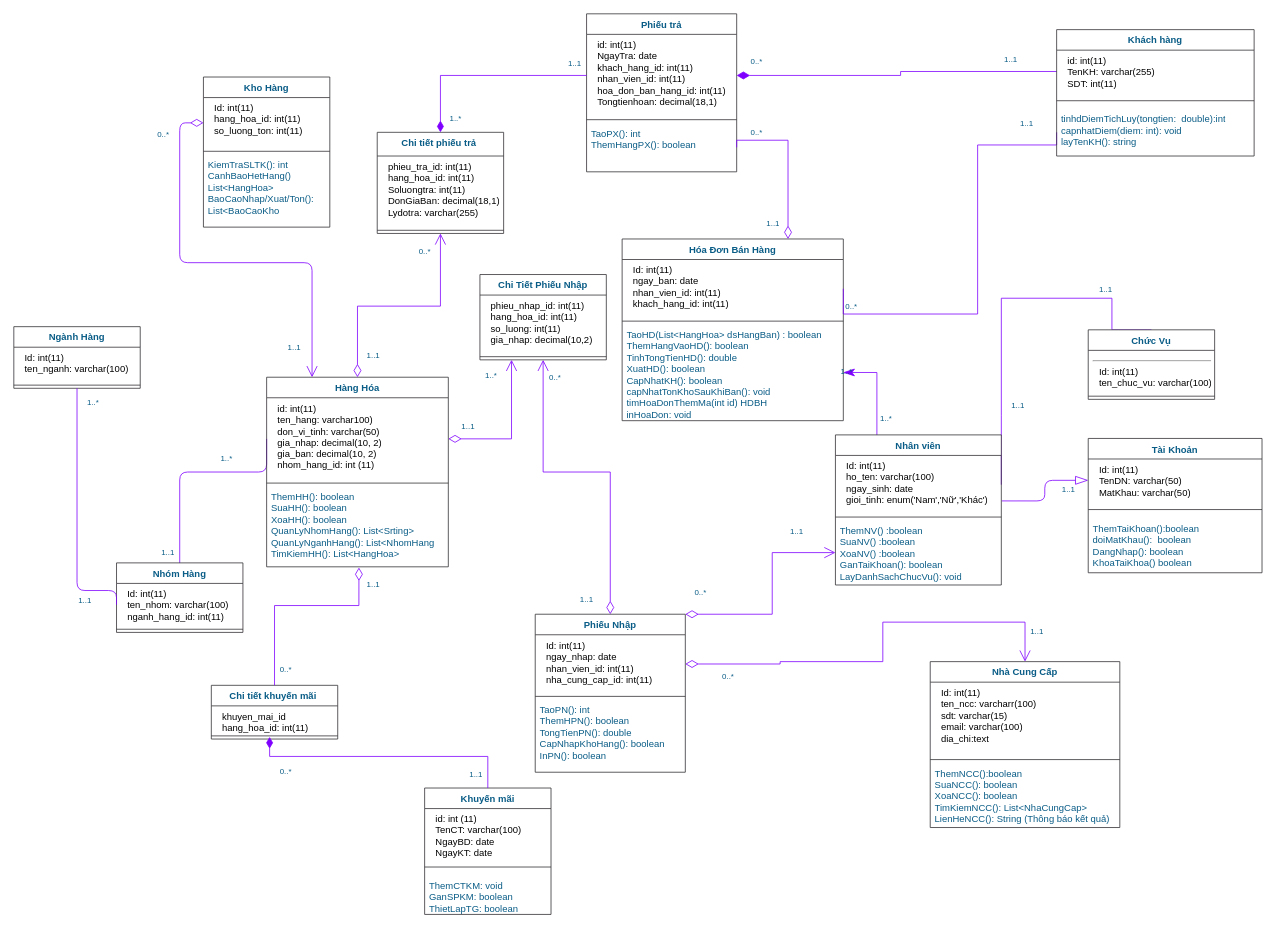
Earlier version of the draw.io diagram classdiagram.drawio (RomJoke/K). Source tidied: cells renumbered, new cells numbered last; positions are measured from the earlier drawing's top-left corner, leaving out a move shared by most shapes. Both pictures are drawn from the tidied source at 79%, with x=0, y=0 at pixel (13, 13).
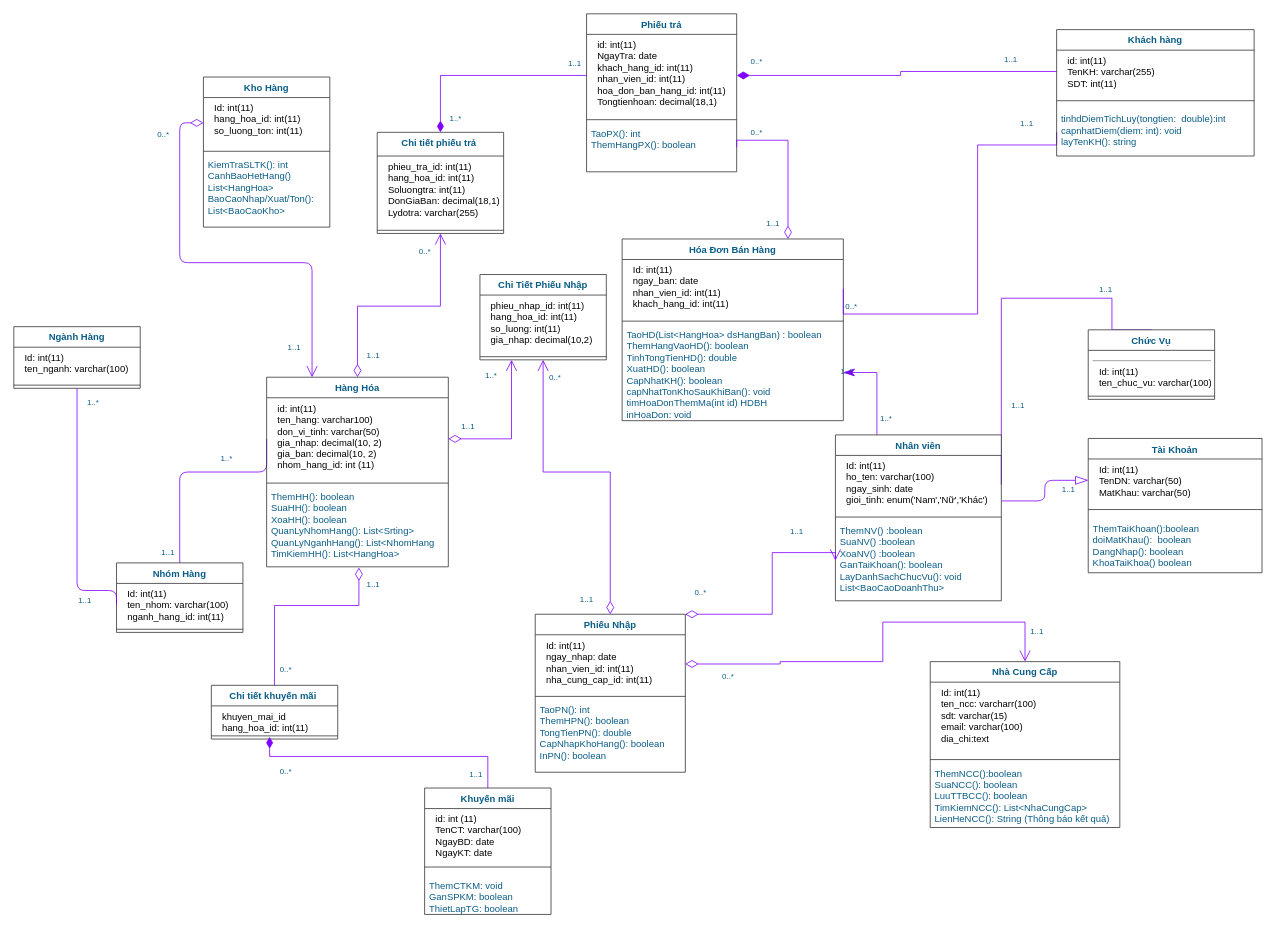
The same diagram, later.

Unchanged cells that the change refers to:
```xml
<mxCell id="27" value="Nhà Cung Cấp" style="swimlane;fontStyle=1;align=center;verticalAlign=top;horizontal=1;startSize=26;whiteSpace=wrap;html=1;strokeColor=light-dark(#333135, #d176ff);fontColor=#095C86;fillColor=#FFFFFF;" parent="1" vertex="1">
  <mxGeometry x="1160" y="820" width="240" height="210" as="geometry" />
</mxCell>
<mxCell id="42" value="Kho Hàng" style="swimlane;fontStyle=1;align=center;verticalAlign=top;horizontal=1;startSize=26;whiteSpace=wrap;html=1;strokeColor=light-dark(#333135, #d176ff);fontColor=#095C86;fillColor=#FFFFFF;" parent="1" vertex="1">
  <mxGeometry x="240" y="80" width="160" height="190" as="geometry" />
</mxCell>
```

What changed in the source:
```diff
@@
-    <mxCell id="30" value="ThemNCC():boolean&lt;div&gt;SuaNCC(): boolean&lt;/div&gt;&lt;div&gt;XoaNCC(): boolean&lt;/div&gt;&lt;div&gt;TimKiemNCC(): List&amp;lt;NhaCungCap&amp;gt;&lt;/div&gt;&lt;div&gt;LienHeNCC(): String (Thông báo kết quả)&lt;/div&gt;" style="text;strokeColor=none;fillColor=none;align=left;verticalAlign=top;spacingLeft=4;spacingRight=4;overflow=hidden;whiteSpace=wrap;html=1;fontColor=#095C86;" parent="27" vertex="1">
+    <mxCell id="30" value="ThemNCC():boolean&lt;div&gt;SuaNCC(): boolean&lt;/div&gt;&lt;div&gt;LuuTTBCC(): boolean&lt;/div&gt;&lt;div&gt;TimKiemNCC(): List&amp;lt;NhaCungCap&amp;gt;&lt;/div&gt;&lt;div&gt;LienHeNCC(): String (Thông báo kết quả)&lt;/div&gt;" style="text;strokeColor=none;fillColor=none;align=left;verticalAlign=top;spacingLeft=4;spacingRight=4;overflow=hidden;whiteSpace=wrap;html=1;fontColor=#095C86;" parent="27" vertex="1">
       <mxGeometry y="128" width="240" height="82" as="geometry" />
     </mxCell>
@@
-    <mxCell id="45" value="KiemTraSLTK(): int&lt;div&gt;CanhBaoHetHang() List&amp;lt;HangHoa&amp;gt;&lt;/div&gt;&lt;div&gt;BaoCaoNhap/Xuat/Ton(): List&amp;lt;BaoCaoKho&lt;/div&gt;" style="text;strokeColor=none;fillColor=none;align=left;verticalAlign=top;spacingLeft=4;spacingRight=4;overflow=hidden;whiteSpace=wrap;html=1;fontColor=#095C86;" parent="42" vertex="1">
+    <mxCell id="45" value="KiemTraSLTK(): int&lt;div&gt;CanhBaoHetHang() List&amp;lt;HangHoa&amp;gt;&lt;/div&gt;&lt;div&gt;BaoCaoNhap/Xuat/Ton(): List&amp;lt;BaoCaoKho&amp;gt;&lt;/div&gt;" style="text;strokeColor=none;fillColor=none;align=left;verticalAlign=top;spacingLeft=4;spacingRight=4;overflow=hidden;whiteSpace=wrap;html=1;fontColor=#095C86;" parent="42" vertex="1">
       <mxGeometry y="98" width="160" height="92" as="geometry" />
     </mxCell>
@@
     <mxCell id="53" value="Nhân viên" style="swimlane;fontStyle=1;align=center;verticalAlign=top;horizontal=1;startSize=26;whiteSpace=wrap;html=1;strokeColor=light-dark(#333135, #d176ff);fontColor=#095C86;fillColor=#FFFFFF;" parent="1" vertex="1">
-      <mxGeometry x="1040" y="533" width="210" height="190" as="geometry" />
+      <mxGeometry x="1040" y="533" width="210" height="210" as="geometry" />
     </mxCell>
@@
-    <mxCell id="56" value="ThemNV() :boolean&lt;div&gt;SuaNV() :&lt;span style=&quot;background-color: transparent; color: light-dark(rgb(9, 92, 134), rgb(112, 183, 219));&quot;&gt;boolean&lt;/span&gt;&lt;/div&gt;&lt;div&gt;XoaNV() :&lt;span style=&quot;background-color: transparent; color: light-dark(rgb(9, 92, 134), rgb(112, 183, 219));&quot;&gt;boolean&lt;/span&gt;&lt;/div&gt;&lt;div&gt;GanTaiKhoan(): boolean&lt;/div&gt;&lt;div&gt;LayDanhSachChucVu(): void&lt;/div&gt;" style="text;strokeColor=none;fillColor=none;align=left;verticalAlign=top;spacingLeft=4;spacingRight=4;overflow=hidden;points=[[0,0.5],[1,0.5]];portConstraint=eastwest;whiteSpace=wrap;html=1;fontColor=#095C86;" parent="53" vertex="1">
-      <mxGeometry y="108" width="210" height="82" as="geometry" />
+    <mxCell id="56" value="ThemNV() :boolean&lt;div&gt;SuaNV() :&lt;span style=&quot;background-color: transparent; color: light-dark(rgb(9, 92, 134), rgb(112, 183, 219));&quot;&gt;boolean&lt;/span&gt;&lt;/div&gt;&lt;div&gt;XoaNV() :&lt;span style=&quot;background-color: transparent; color: light-dark(rgb(9, 92, 134), rgb(112, 183, 219));&quot;&gt;boolean&lt;/span&gt;&lt;/div&gt;&lt;div&gt;GanTaiKhoan(): boolean&lt;/div&gt;&lt;div&gt;LayDanhSachChucVu(): void&lt;/div&gt;&lt;div&gt;List&amp;lt;BaoCaoDoanhThu&amp;gt;&lt;/div&gt;" style="text;strokeColor=none;fillColor=none;align=left;verticalAlign=top;spacingLeft=4;spacingRight=4;overflow=hidden;points=[[0,0.5],[1,0.5]];portConstraint=eastwest;whiteSpace=wrap;html=1;fontColor=#095C86;" parent="53" vertex="1">
+      <mxGeometry y="108" width="210" height="102" as="geometry" />
     </mxCell>
```
